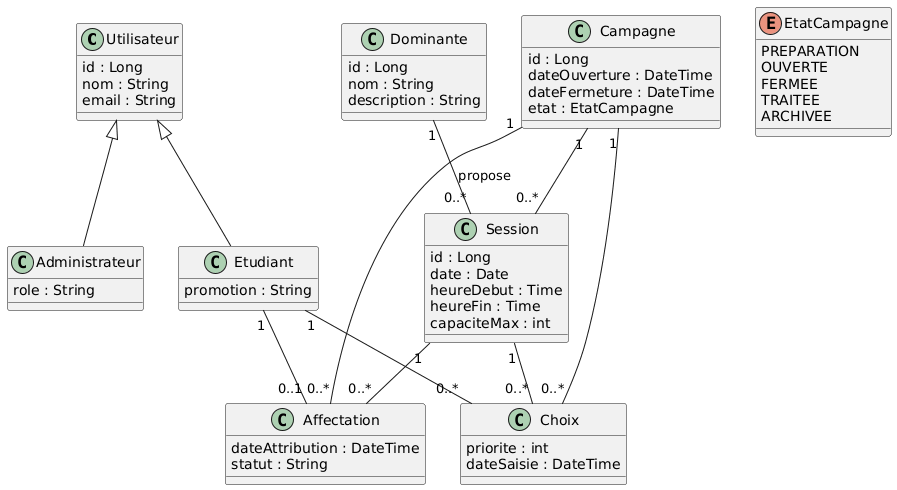
Above: Diagramme de Classes/DC systeme.png in Charlyken/java-software-engineer-project (PlantUML), before the change.
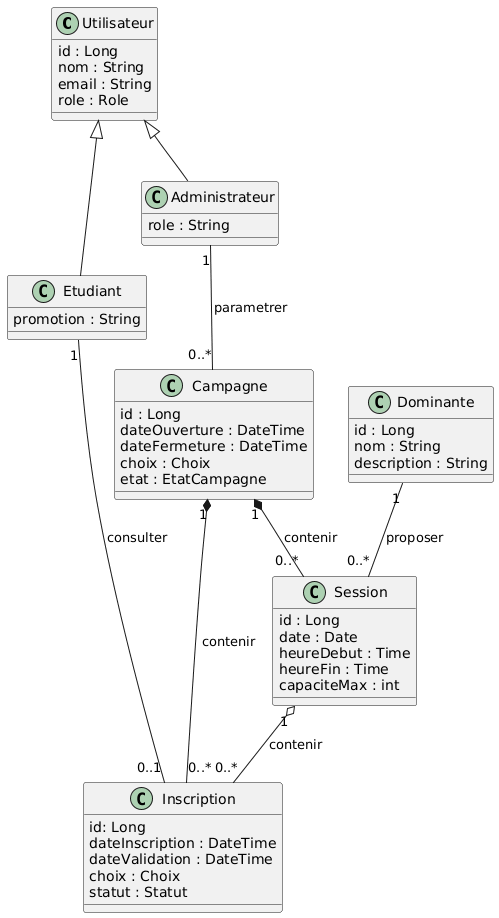
After the change.

The edit, as a diff of the source:
```diff
@@ -3,6 +3,7 @@
   id : Long
   nom : String
   email : String
+  role : Role
 }
 
 class Etudiant {
@@ -30,40 +31,27 @@
   capaciteMax : int
 }
 
-Dominante "1" -- "0..*" Session : propose
+Dominante "1" -- "0..*" Session : proposer
 
 class Campagne {
   id : Long
   dateOuverture : DateTime
   dateFermeture : DateTime
+  choix : Choix
   etat : EtatCampagne
 }
 
-enum EtatCampagne {
-  PREPARATION
-  OUVERTE
-  FERMEE
-  TRAITEE
-  ARCHIVEE
+Campagne "1" *-- "0..*" Session : contenir
+Administrateur "1" -- "0..*" Campagne : parametrer
+
+class Inscription {
+  id: Long
+  dateInscription : DateTime
+  dateValidation : DateTime
+  choix : Choix
+  statut : Statut
 }
-
-Campagne "1" -- "0..*" Session
-Campagne "1" -- "0..*" Choix
-
-class Choix {
-  priorite : int
-  dateSaisie : DateTime
-}
-
-Etudiant "1" -- "0..*" Choix
-Session "1" -- "0..*" Choix
-
-class Affectation {
-  dateAttribution : DateTime
-  statut : String
-}
-
-Etudiant "1" -- "0..1" Affectation
-Session "1" -- "0..*" Affectation
-Campagne "1" -- "0..*" Affectation
+Etudiant "1" -- "0..1" Inscription : consulter
+Session "1" o-- "0..*"  Inscription : contenir
+Campagne "1" *-- "0..*" Inscription : contenir
 @enduml
```
